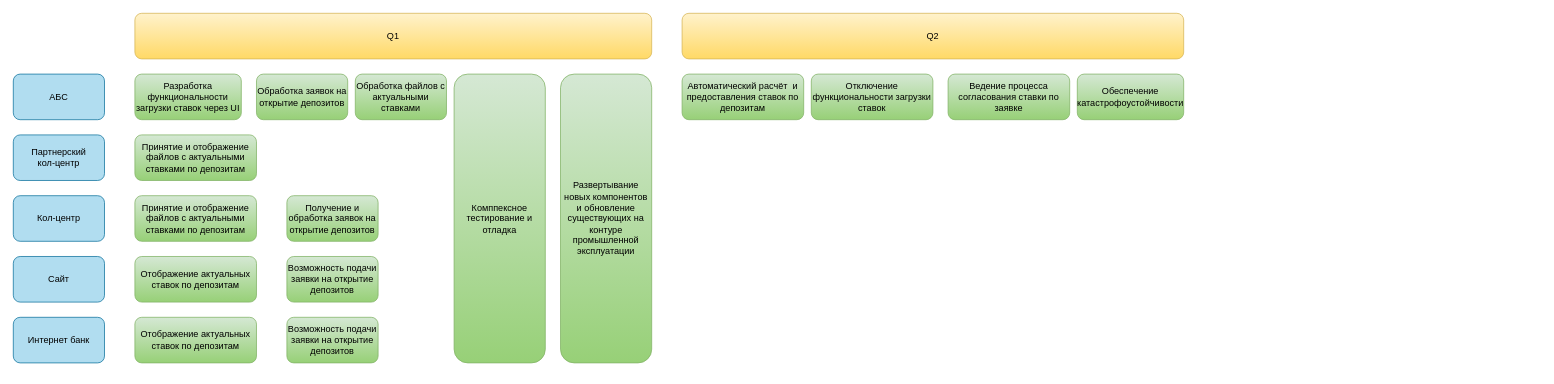
Before: page "Roadmap" (1 of 2) of Task4/RoadMap_bank_Standart.drawio in NevolinAlex/architecture-standart, a draw.io diagram. Source tidied: cells renumbered, new cells numbered last; positions are measured from the earlier drawing's top-left corner, leaving out a move shared by most shapes. Both pictures are drawn from the tidied source at 76%, with x=0, y=0 at pixel (13, 13).
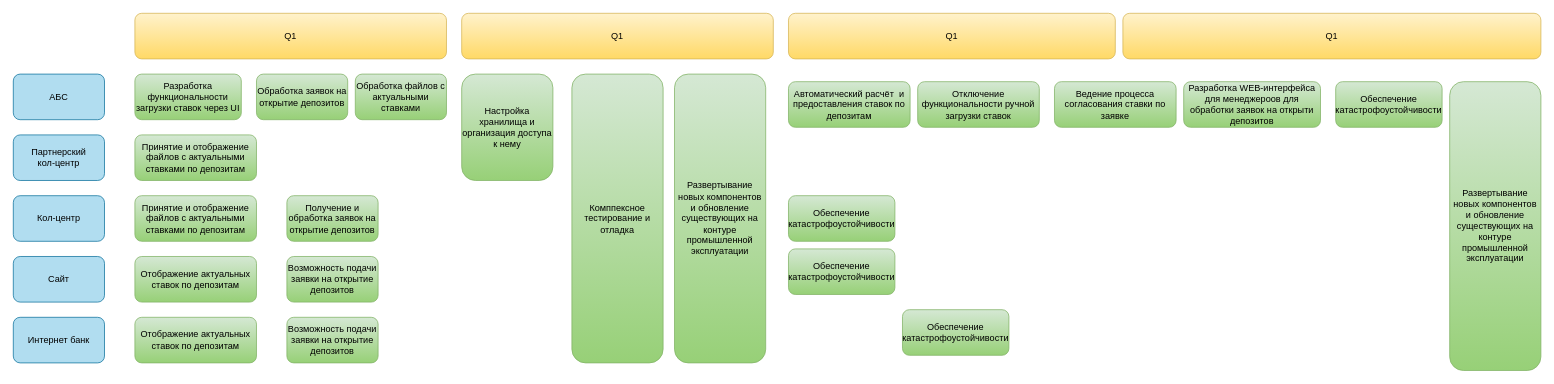
The same diagram, later.

What changed in the source:
```diff
@@
-    <mxCell id="7" value="Q1" style="rounded=1;whiteSpace=wrap;html=1;fillColor=#fff2cc;gradientColor=#ffd966;strokeColor=#d6b656;" parent="1" vertex="1">
-      <mxGeometry x="160" width="680" height="60" as="geometry" />
-    </mxCell>
@@
     <mxCell id="17" value="Комппексное тестирование и отладка" style="rounded=1;whiteSpace=wrap;html=1;fillColor=#d5e8d4;gradientColor=#97d077;strokeColor=#82b366;" parent="1" vertex="1">
-      <mxGeometry x="580" y="80" width="120" height="380" as="geometry" />
+      <mxGeometry x="735" y="80" width="120" height="380" as="geometry" />
     </mxCell>
     <mxCell id="18" value="Развертывание новых компонентов и обновление существующих на контуре промышленной эксплуатации" style="rounded=1;whiteSpace=wrap;html=1;fillColor=#d5e8d4;gradientColor=#97d077;strokeColor=#82b366;" parent="1" vertex="1">
-      <mxGeometry x="720" y="80" width="120" height="380" as="geometry" />
+      <mxGeometry x="870" y="80" width="120" height="380" as="geometry" />
     </mxCell>
-    <mxCell id="19" value="Q2" style="rounded=1;whiteSpace=wrap;html=1;fillColor=#fff2cc;gradientColor=#ffd966;strokeColor=#d6b656;" parent="1" vertex="1">
-      <mxGeometry x="880" width="660" height="60" as="geometry" />
-    </mxCell>
     <mxCell id="20" value="Автоматический расчёт&amp;nbsp; и предоставления ставок по депозитам" style="rounded=1;whiteSpace=wrap;html=1;fillColor=#d5e8d4;gradientColor=#97d077;strokeColor=#82b366;" parent="1" vertex="1">
-      <mxGeometry x="880" y="80" width="160" height="60" as="geometry" />
+      <mxGeometry x="1020" y="90" width="160" height="60" as="geometry" />
     </mxCell>
@@
-    <mxCell id="22" value="Отключение функциональности загрузки ставок" style="rounded=1;whiteSpace=wrap;html=1;fillColor=#d5e8d4;gradientColor=#97d077;strokeColor=#82b366;" parent="1" vertex="1">
-      <mxGeometry x="1050" y="80" width="160" height="60" as="geometry" />
+    <mxCell id="22" value="Отключение функциональности ручной загрузки ставок" style="rounded=1;whiteSpace=wrap;html=1;fillColor=#d5e8d4;gradientColor=#97d077;strokeColor=#82b366;" parent="1" vertex="1">
+      <mxGeometry x="1190" y="90" width="160" height="60" as="geometry" />
     </mxCell>
     <mxCell id="23" value="Ведение процесса согласования ставки по заявке" style="rounded=1;whiteSpace=wrap;html=1;fillColor=#d5e8d4;gradientColor=#97d077;strokeColor=#82b366;" parent="1" vertex="1">
-      <mxGeometry x="1230" y="80" width="160" height="60" as="geometry" />
+      <mxGeometry x="1370" y="90" width="160" height="60" as="geometry" />
     </mxCell>
     <mxCell id="24" value="Обеспечение катастрофоустойчивости" style="rounded=1;whiteSpace=wrap;html=1;fillColor=#d5e8d4;gradientColor=#97d077;strokeColor=#82b366;" parent="1" vertex="1">
-      <mxGeometry x="1400" y="80" width="140" height="60" as="geometry" />
+      <mxGeometry x="1740" y="90" width="140" height="60" as="geometry" />
     </mxCell>
+    <mxCell id="25" value="Q1" style="rounded=1;whiteSpace=wrap;html=1;fillColor=#fff2cc;gradientColor=#ffd966;strokeColor=#d6b656;" parent="1" vertex="1">
+      <mxGeometry x="160" width="410" height="60" as="geometry" />
+    </mxCell>
+    <mxCell id="26" value="Обеспечение катастрофоустойчивости" style="rounded=1;whiteSpace=wrap;html=1;fillColor=#d5e8d4;gradientColor=#97d077;strokeColor=#82b366;" parent="1" vertex="1">
+      <mxGeometry x="1020" y="310" width="140" height="60" as="geometry" />
+    </mxCell>
+    <mxCell id="27" value="Обеспечение катастрофоустойчивости" style="rounded=1;whiteSpace=wrap;html=1;fillColor=#d5e8d4;gradientColor=#97d077;strokeColor=#82b366;" parent="1" vertex="1">
+      <mxGeometry x="1170" y="390" width="140" height="60" as="geometry" />
+    </mxCell>
+    <mxCell id="28" value="Настройка хранилища и организация доступа к нему" style="rounded=1;whiteSpace=wrap;html=1;fillColor=#d5e8d4;gradientColor=#97d077;strokeColor=#82b366;" parent="1" vertex="1">
+      <mxGeometry x="590" y="80" width="120" height="140" as="geometry" />
+    </mxCell>
+    <mxCell id="29" value="Разработка WEB-интерфейса для менеджероов для обработки заявок на открыти депозитов" style="rounded=1;whiteSpace=wrap;html=1;fillColor=#d5e8d4;gradientColor=#97d077;strokeColor=#82b366;" parent="1" vertex="1">
+      <mxGeometry x="1540" y="90" width="180" height="60" as="geometry" />
+    </mxCell>
+    <mxCell id="30" value="Q1" style="rounded=1;whiteSpace=wrap;html=1;fillColor=#fff2cc;gradientColor=#ffd966;strokeColor=#d6b656;" parent="1" vertex="1">
+      <mxGeometry x="590" width="410" height="60" as="geometry" />
+    </mxCell>
+    <mxCell id="31" value="Q1" style="rounded=1;whiteSpace=wrap;html=1;fillColor=#fff2cc;gradientColor=#ffd966;strokeColor=#d6b656;" parent="1" vertex="1">
+      <mxGeometry x="1020" width="430" height="60" as="geometry" />
+    </mxCell>
+    <mxCell id="32" value="Q1" style="rounded=1;whiteSpace=wrap;html=1;fillColor=#fff2cc;gradientColor=#ffd966;strokeColor=#d6b656;" parent="1" vertex="1">
+      <mxGeometry x="1460" width="550" height="60" as="geometry" />
+    </mxCell>
+    <mxCell id="33" value="Обеспечение катастрофоустойчивости" style="rounded=1;whiteSpace=wrap;html=1;fillColor=#d5e8d4;gradientColor=#97d077;strokeColor=#82b366;" parent="1" vertex="1">
+      <mxGeometry x="1020" y="240" width="140" height="60" as="geometry" />
+    </mxCell>
+    <mxCell id="34" value="Развертывание новых компонентов и обновление существующих на контуре промышленной эксплуатации" style="rounded=1;whiteSpace=wrap;html=1;fillColor=#d5e8d4;gradientColor=#97d077;strokeColor=#82b366;" parent="1" vertex="1">
+      <mxGeometry x="1890" y="90" width="120" height="380" as="geometry" />
+    </mxCell>
```
